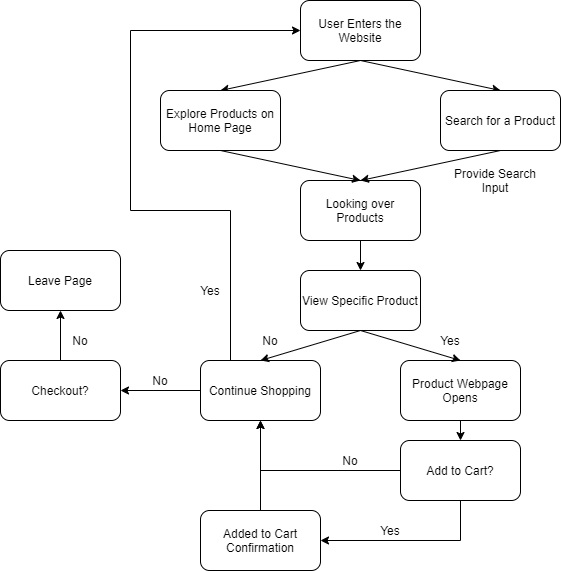
This is explore/diagramming/diagram.drawio.png from Harrison-Q-Ma/fa21-cse110-lab4, a draw.io export, as it was before one commit. Source tidied: cells renumbered, new cells last; positions are measured from the earlier drawing's top-left corner, leaving out a move shared by most shapes.
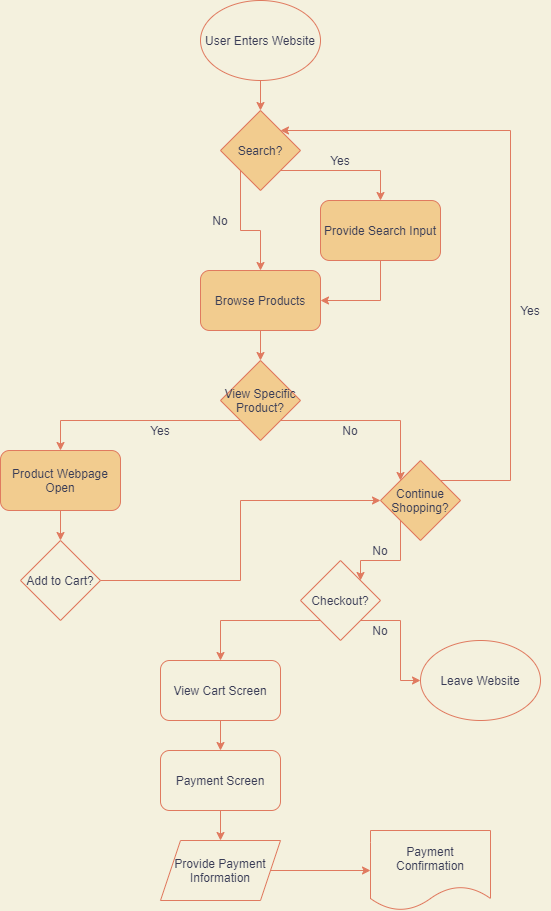
After the commit.

Commit message:
added diagram and changed answer of part2.md

Diff of the diagram source:
```diff
@@ -1,113 +1,124 @@
-<mxGraphModel>
+<mxGraphModel background="#F4F1DE">
   <root>
     <mxCell id="0" />
     <mxCell id="1" parent="0" />
-    <mxCell id="2" value="&lt;span&gt;User Enters the Website&lt;/span&gt;" style="rounded=1;whiteSpace=wrap;html=1;" parent="1" vertex="1">
-      <mxGeometry x="300" width="120" height="60" as="geometry" />
-    </mxCell>
-    <mxCell id="3" style="endArrow=classic;html=1;exitX=0.5;exitY=1;exitDx=0;exitDy=0;entryX=0.5;entryY=0;entryDx=0;entryDy=0;" parent="1" edge="1" source="2" target="4">
-      <mxGeometry relative="1" as="geometry" />
-    </mxCell>
-    <mxCell id="4" value="Explore Products on Home Page" style="rounded=1;whiteSpace=wrap;html=1;" parent="1" vertex="1">
-      <mxGeometry x="160" y="90" width="120" height="60" as="geometry" />
-    </mxCell>
-    <mxCell id="5" style="endArrow=classic;html=1;exitX=0.5;exitY=1;exitDx=0;exitDy=0;entryX=0.5;entryY=0;entryDx=0;entryDy=0;" parent="1" edge="1" source="2" target="6">
-      <mxGeometry relative="1" as="geometry" />
-    </mxCell>
-    <mxCell id="6" value="Search for a Product" style="rounded=1;whiteSpace=wrap;html=1;" parent="1" vertex="1">
-      <mxGeometry x="440" y="90" width="120" height="60" as="geometry" />
-    </mxCell>
-    <mxCell id="7" value="Looking over Products" style="rounded=1;whiteSpace=wrap;html=1;" parent="1" vertex="1">
-      <mxGeometry x="300" y="180" width="120" height="60" as="geometry" />
-    </mxCell>
-    <mxCell id="8" style="endArrow=classic;html=1;exitX=0.5;exitY=1;exitDx=0;exitDy=0;entryX=0.5;entryY=0;entryDx=0;entryDy=0;" parent="1" edge="1" source="4" target="7">
-      <mxGeometry relative="1" as="geometry" />
-    </mxCell>
-    <mxCell id="9" style="endArrow=classic;html=1;entryX=0.5;entryY=0;entryDx=0;entryDy=0;exitX=0.5;exitY=1;exitDx=0;exitDy=0;" parent="1" edge="1" source="6" target="7">
-      <mxGeometry relative="1" as="geometry" />
-    </mxCell>
+    <mxCell id="35" style="edgeStyle=orthogonalEdgeStyle;rounded=0;jettySize=auto;html=1;exitX=0.5;exitY=1;exitDx=0;exitDy=0;entryX=0.5;entryY=0;entryDx=0;entryDy=0;strokeColor=#E07A5F;fontColor=#393C56;labelBackgroundColor=#F4F1DE;" parent="1" edge="1" target="38">
+      <mxGeometry relative="1" as="geometry">
+        <mxPoint x="360" y="40" as="sourcePoint" />
+      </mxGeometry>
+    </mxCell>
+    <mxCell id="36" style="edgeStyle=orthogonalEdgeStyle;rounded=0;jettySize=auto;html=1;exitX=1;exitY=1;exitDx=0;exitDy=0;entryX=0.5;entryY=0;entryDx=0;entryDy=0;strokeColor=#E07A5F;fontColor=#393C56;labelBackgroundColor=#F4F1DE;" parent="1" edge="1" source="38" target="10">
+      <mxGeometry relative="1" as="geometry" />
+    </mxCell>
+    <mxCell id="37" style="edgeStyle=orthogonalEdgeStyle;rounded=0;jettySize=auto;html=1;exitX=0;exitY=1;exitDx=0;exitDy=0;entryX=0.5;entryY=0;entryDx=0;entryDy=0;strokeColor=#E07A5F;fontColor=#393C56;labelBackgroundColor=#F4F1DE;" parent="1" edge="1" source="38" target="41">
+      <mxGeometry relative="1" as="geometry" />
+    </mxCell>
+    <mxCell id="38" value="Search?" style="rhombus;whiteSpace=wrap;html=1;fillColor=#F2CC8F;strokeColor=#E07A5F;fontColor=#393C56;" parent="1" vertex="1">
+      <mxGeometry x="320" y="70" width="80" height="80" as="geometry" />
+    </mxCell>
+    <mxCell id="39" style="edgeStyle=orthogonalEdgeStyle;rounded=0;jettySize=auto;html=1;exitX=0.5;exitY=1;exitDx=0;exitDy=0;entryX=1;entryY=0.5;entryDx=0;entryDy=0;strokeColor=#E07A5F;fontColor=#393C56;labelBackgroundColor=#F4F1DE;" parent="1" edge="1" source="10" target="41">
+      <mxGeometry relative="1" as="geometry" />
+    </mxCell>
-    <mxCell id="10" value="Provide Search Input" style="text;html=1;strokeColor=none;fillColor=none;align=center;verticalAlign=middle;whiteSpace=wrap;rounded=0;" parent="1" vertex="1">
-      <mxGeometry x="440" y="160" width="110" height="40" as="geometry" />
+    <mxCell id="10" value="Provide Search Input" style="rounded=1;whiteSpace=wrap;html=1;fillColor=#F2CC8F;strokeColor=#E07A5F;fontColor=#393C56;" parent="1" vertex="1">
+      <mxGeometry x="420" y="160" width="120" height="60" as="geometry" />
     </mxCell>
-    <mxCell id="11" value="View Specific Product" style="rounded=1;whiteSpace=wrap;html=1;" parent="1" vertex="1">
-      <mxGeometry x="300" y="270" width="120" height="60" as="geometry" />
-    </mxCell>
-    <mxCell id="12" style="endArrow=classic;html=1;exitX=0.5;exitY=1;exitDx=0;exitDy=0;entryX=0.5;entryY=0;entryDx=0;entryDy=0;" parent="1" edge="1" source="7" target="11">
-      <mxGeometry relative="1" as="geometry" />
-    </mxCell>
-    <mxCell id="13" value="Product Webpage Opens" style="rounded=1;whiteSpace=wrap;html=1;" parent="1" vertex="1">
-      <mxGeometry x="400" y="360" width="120" height="60" as="geometry" />
-    </mxCell>
-    <mxCell id="14" style="endArrow=classic;html=1;exitX=0.5;exitY=1;exitDx=0;exitDy=0;entryX=0.5;entryY=0;entryDx=0;entryDy=0;" parent="1" edge="1" source="11" target="13">
-      <mxGeometry relative="1" as="geometry" />
-    </mxCell>
-    <mxCell id="15" style="edgeStyle=orthogonalEdgeStyle;rounded=0;jettySize=auto;html=1;exitX=0;exitY=0.5;exitDx=0;exitDy=0;entryX=1;entryY=0.5;entryDx=0;entryDy=0;" parent="1" edge="1" source="17" target="30">
-      <mxGeometry relative="1" as="geometry" />
-    </mxCell>
-    <mxCell id="16" style="edgeStyle=orthogonalEdgeStyle;rounded=0;jettySize=auto;html=1;exitX=0.25;exitY=0;exitDx=0;exitDy=0;entryX=0;entryY=0.5;entryDx=0;entryDy=0;" parent="1" edge="1" source="17" target="2">
-      <mxGeometry relative="1" as="geometry">
-        <Array as="points">
-          <mxPoint x="230" y="210" />
-          <mxPoint x="130" y="210" />
-          <mxPoint x="130" y="30" />
-        </Array>
-      </mxGeometry>
-    </mxCell>
-    <mxCell id="17" value="Continue Shopping" style="rounded=1;whiteSpace=wrap;html=1;" parent="1" vertex="1">
-      <mxGeometry x="200" y="360" width="120" height="60" as="geometry" />
-    </mxCell>
-    <mxCell id="18" style="endArrow=classic;html=1;exitX=0.5;exitY=1;exitDx=0;exitDy=0;entryX=0.5;entryY=0;entryDx=0;entryDy=0;" parent="1" edge="1" source="11" target="17">
-      <mxGeometry relative="1" as="geometry" />
-    </mxCell>
-    <mxCell id="19" value="Yes" style="text;html=1;strokeColor=none;fillColor=none;align=center;verticalAlign=middle;whiteSpace=wrap;rounded=0;" parent="1" vertex="1">
-      <mxGeometry x="430" y="330" width="40" height="20" as="geometry" />
-    </mxCell>
-    <mxCell id="20" value="No" style="text;html=1;strokeColor=none;fillColor=none;align=center;verticalAlign=middle;whiteSpace=wrap;rounded=0;" parent="1" vertex="1">
-      <mxGeometry x="250" y="330" width="40" height="20" as="geometry" />
-    </mxCell>
-    <mxCell id="21" style="edgeStyle=orthogonalEdgeStyle;rounded=0;jettySize=auto;html=1;exitX=0;exitY=0.5;exitDx=0;exitDy=0;entryX=0.5;entryY=1;entryDx=0;entryDy=0;" parent="1" edge="1" source="23" target="17">
-      <mxGeometry relative="1" as="geometry" />
-    </mxCell>
-    <mxCell id="22" style="edgeStyle=orthogonalEdgeStyle;rounded=0;jettySize=auto;html=1;exitX=0.5;exitY=1;exitDx=0;exitDy=0;entryX=1;entryY=0.5;entryDx=0;entryDy=0;" parent="1" edge="1" source="23" target="26">
-      <mxGeometry relative="1" as="geometry" />
-    </mxCell>
+    <mxCell id="40" style="edgeStyle=orthogonalEdgeStyle;rounded=0;jettySize=auto;html=1;exitX=0.5;exitY=1;exitDx=0;exitDy=0;entryX=0.5;entryY=0;entryDx=0;entryDy=0;strokeColor=#E07A5F;fontColor=#393C56;labelBackgroundColor=#F4F1DE;" parent="1" edge="1" source="41" target="44">
+      <mxGeometry relative="1" as="geometry" />
+    </mxCell>
+    <mxCell id="41" value="Browse Products" style="rounded=1;whiteSpace=wrap;html=1;fillColor=#F2CC8F;strokeColor=#E07A5F;fontColor=#393C56;" parent="1" vertex="1">
+      <mxGeometry x="300" y="230" width="120" height="60" as="geometry" />
+    </mxCell>
+    <mxCell id="42" style="edgeStyle=orthogonalEdgeStyle;rounded=0;jettySize=auto;html=1;exitX=0;exitY=1;exitDx=0;exitDy=0;entryX=0.5;entryY=0;entryDx=0;entryDy=0;strokeColor=#E07A5F;fontColor=#393C56;labelBackgroundColor=#F4F1DE;" parent="1" edge="1" source="44" target="46">
+      <mxGeometry relative="1" as="geometry" />
+    </mxCell>
+    <mxCell id="43" style="edgeStyle=orthogonalEdgeStyle;rounded=0;jettySize=auto;html=1;exitX=1;exitY=1;exitDx=0;exitDy=0;entryX=0;entryY=0;entryDx=0;entryDy=0;strokeColor=#E07A5F;fontColor=#393C56;labelBackgroundColor=#F4F1DE;" parent="1" edge="1" source="44" target="52">
+      <mxGeometry relative="1" as="geometry" />
+    </mxCell>
+    <mxCell id="44" value="View Specific Product?" style="rhombus;whiteSpace=wrap;html=1;fillColor=#F2CC8F;strokeColor=#E07A5F;fontColor=#393C56;" parent="1" vertex="1">
+      <mxGeometry x="320" y="320" width="80" height="80" as="geometry" />
+    </mxCell>
+    <mxCell id="45" style="edgeStyle=orthogonalEdgeStyle;rounded=0;jettySize=auto;html=1;exitX=0.5;exitY=1;exitDx=0;exitDy=0;entryX=0.5;entryY=0;entryDx=0;entryDy=0;strokeColor=#E07A5F;fontColor=#393C56;labelBackgroundColor=#F4F1DE;" parent="1" edge="1" source="46" target="23">
+      <mxGeometry relative="1" as="geometry" />
+    </mxCell>
+    <mxCell id="46" value="Product Webpage Open" style="rounded=1;whiteSpace=wrap;html=1;fillColor=#F2CC8F;strokeColor=#E07A5F;fontColor=#393C56;" parent="1" vertex="1">
+      <mxGeometry x="100" y="410" width="120" height="60" as="geometry" />
+    </mxCell>
+    <mxCell id="47" value="Yes" style="text;html=1;strokeColor=none;fillColor=none;align=center;verticalAlign=middle;whiteSpace=wrap;rounded=0;fontColor=#393C56;" parent="1" vertex="1">
+      <mxGeometry x="420" y="110" width="40" height="20" as="geometry" />
+    </mxCell>
+    <mxCell id="48" value="No" style="text;html=1;strokeColor=none;fillColor=none;align=center;verticalAlign=middle;whiteSpace=wrap;rounded=0;fontColor=#393C56;" parent="1" vertex="1">
+      <mxGeometry x="300" y="170" width="40" height="20" as="geometry" />
+    </mxCell>
+    <mxCell id="49" value="Yes" style="text;html=1;strokeColor=none;fillColor=none;align=center;verticalAlign=middle;whiteSpace=wrap;rounded=0;fontColor=#393C56;" parent="1" vertex="1">
+      <mxGeometry x="240" y="380" width="40" height="20" as="geometry" />
+    </mxCell>
+    <mxCell id="50" style="edgeStyle=orthogonalEdgeStyle;rounded=0;jettySize=auto;html=1;exitX=1;exitY=0;exitDx=0;exitDy=0;entryX=1;entryY=0;entryDx=0;entryDy=0;strokeColor=#E07A5F;fontColor=#393C56;labelBackgroundColor=#F4F1DE;" parent="1" edge="1" source="52" target="38">
+      <mxGeometry relative="1" as="geometry">
+        <Array as="points">
+          <mxPoint x="610" y="440" />
+          <mxPoint x="610" y="90" />
+        </Array>
+      </mxGeometry>
+    </mxCell>
+    <mxCell id="51" style="edgeStyle=orthogonalEdgeStyle;rounded=0;jettySize=auto;html=1;exitX=0;exitY=1;exitDx=0;exitDy=0;entryX=1;entryY=0;entryDx=0;entryDy=0;strokeColor=#E07A5F;fontColor=#393C56;labelBackgroundColor=#F4F1DE;" parent="1" edge="1" source="52" target="30">
+      <mxGeometry relative="1" as="geometry" />
+    </mxCell>
+    <mxCell id="52" value="Continue Shopping?" style="rhombus;whiteSpace=wrap;html=1;fillColor=#F2CC8F;strokeColor=#E07A5F;fontColor=#393C56;" parent="1" vertex="1">
+      <mxGeometry x="480" y="420" width="80" height="80" as="geometry" />
+    </mxCell>
+    <mxCell id="53" value="No" style="text;html=1;strokeColor=none;fillColor=none;align=center;verticalAlign=middle;whiteSpace=wrap;rounded=0;fontColor=#393C56;" parent="1" vertex="1">
+      <mxGeometry x="430" y="380" width="40" height="20" as="geometry" />
+    </mxCell>
+    <mxCell id="54" value="Yes" style="text;html=1;strokeColor=none;fillColor=none;align=center;verticalAlign=middle;whiteSpace=wrap;rounded=0;fontColor=#393C56;" parent="1" vertex="1">
+      <mxGeometry x="610" y="260" width="40" height="20" as="geometry" />
+    </mxCell>
+    <mxCell id="55" style="edgeStyle=orthogonalEdgeStyle;rounded=0;jettySize=auto;html=1;exitX=1;exitY=1;exitDx=0;exitDy=0;entryX=0;entryY=0.5;entryDx=0;entryDy=0;strokeColor=#E07A5F;fontColor=#393C56;labelBackgroundColor=#F4F1DE;" parent="1" edge="1" source="30" target="58">
+      <mxGeometry relative="1" as="geometry" />
+    </mxCell>
+    <mxCell id="56" style="edgeStyle=orthogonalEdgeStyle;rounded=0;jettySize=auto;html=1;exitX=0;exitY=1;exitDx=0;exitDy=0;entryX=0.5;entryY=0;entryDx=0;entryDy=0;strokeColor=#E07A5F;fontColor=#393C56;labelBackgroundColor=#F4F1DE;" parent="1" edge="1" source="30" target="62">
+      <mxGeometry relative="1" as="geometry" />
+    </mxCell>
+    <mxCell id="30" value="Checkout?" style="rhombus;whiteSpace=wrap;html=1;fillColor=none;strokeColor=#E07A5F;fontColor=#393C56;" parent="1" vertex="1">
+      <mxGeometry x="400" y="520" width="80" height="80" as="geometry" />
+    </mxCell>
+    <mxCell id="57" value="No" style="text;html=1;strokeColor=none;fillColor=none;align=center;verticalAlign=middle;whiteSpace=wrap;rounded=0;fontColor=#393C56;" parent="1" vertex="1">
+      <mxGeometry x="460" y="500" width="40" height="20" as="geometry" />
+    </mxCell>
+    <mxCell id="58" value="Leave Website" style="ellipse;whiteSpace=wrap;html=1;fillColor=none;strokeColor=#E07A5F;fontColor=#393C56;" parent="1" vertex="1">
+      <mxGeometry x="520" y="600" width="120" height="80" as="geometry" />
+    </mxCell>
+    <mxCell id="59" value="User Enters Website" style="ellipse;whiteSpace=wrap;html=1;fillColor=none;strokeColor=#E07A5F;fontColor=#393C56;" parent="1" vertex="1">
+      <mxGeometry x="300" y="-40" width="120" height="80" as="geometry" />
+    </mxCell>
+    <mxCell id="60" value="No" style="text;html=1;strokeColor=none;fillColor=none;align=center;verticalAlign=middle;whiteSpace=wrap;rounded=0;fontColor=#393C56;" parent="1" vertex="1">
+      <mxGeometry x="460" y="580" width="40" height="20" as="geometry" />
+    </mxCell>
+    <mxCell id="61" style="edgeStyle=orthogonalEdgeStyle;rounded=0;jettySize=auto;html=1;exitX=0.5;exitY=1;exitDx=0;exitDy=0;entryX=0.5;entryY=0;entryDx=0;entryDy=0;strokeColor=#E07A5F;fontColor=#393C56;labelBackgroundColor=#F4F1DE;" parent="1" edge="1" source="62" target="64">
+      <mxGeometry relative="1" as="geometry" />
+    </mxCell>
+    <mxCell id="62" value="View Cart Screen" style="rounded=1;whiteSpace=wrap;html=1;fillColor=none;strokeColor=#E07A5F;fontColor=#393C56;" parent="1" vertex="1">
+      <mxGeometry x="260" y="620" width="120" height="60" as="geometry" />
+    </mxCell>
+    <mxCell id="63" style="edgeStyle=orthogonalEdgeStyle;rounded=0;jettySize=auto;html=1;exitX=0.5;exitY=1;exitDx=0;exitDy=0;entryX=0.5;entryY=0;entryDx=0;entryDy=0;strokeColor=#E07A5F;fontColor=#393C56;labelBackgroundColor=#F4F1DE;" parent="1" edge="1" source="64" target="67">
+      <mxGeometry relative="1" as="geometry" />
+    </mxCell>
+    <mxCell id="64" value="Payment Screen" style="rounded=1;whiteSpace=wrap;html=1;fillColor=none;strokeColor=#E07A5F;fontColor=#393C56;" parent="1" vertex="1">
+      <mxGeometry x="260" y="710" width="120" height="60" as="geometry" />
+    </mxCell>
+    <mxCell id="65" style="edgeStyle=orthogonalEdgeStyle;rounded=0;jettySize=auto;html=1;exitX=1;exitY=0.5;exitDx=0;exitDy=0;entryX=0;entryY=0.5;entryDx=0;entryDy=0;strokeColor=#E07A5F;fontColor=#393C56;labelBackgroundColor=#F4F1DE;" parent="1" edge="1" source="23" target="52">
+      <mxGeometry relative="1" as="geometry" />
+    </mxCell>
-    <mxCell id="23" value="Add to Cart?" style="rounded=1;whiteSpace=wrap;html=1;" parent="1" vertex="1">
-      <mxGeometry x="400" y="440" width="120" height="60" as="geometry" />
+    <mxCell id="23" value="Add to Cart?" style="rhombus;whiteSpace=wrap;html=1;fillColor=none;strokeColor=#E07A5F;fontColor=#393C56;" parent="1" vertex="1">
+      <mxGeometry x="120" y="500" width="80" height="80" as="geometry" />
     </mxCell>
-    <mxCell id="24" style="endArrow=classic;html=1;exitX=0.5;exitY=1;exitDx=0;exitDy=0;entryX=0.5;entryY=0;entryDx=0;entryDy=0;" parent="1" edge="1" source="13" target="23">
-      <mxGeometry relative="1" as="geometry" />
-    </mxCell>
-    <mxCell id="25" style="edgeStyle=orthogonalEdgeStyle;rounded=0;jettySize=auto;html=1;exitX=0.5;exitY=0;exitDx=0;exitDy=0;" parent="1" edge="1" source="26">
-      <mxGeometry relative="1" as="geometry">
-        <mxPoint x="260" y="420" as="targetPoint" />
-      </mxGeometry>
-    </mxCell>
-    <mxCell id="26" value="Added to Cart Confirmation" style="rounded=1;whiteSpace=wrap;html=1;" parent="1" vertex="1">
-      <mxGeometry x="200" y="510" width="120" height="60" as="geometry" />
-    </mxCell>
-    <mxCell id="27" value="Yes" style="text;html=1;strokeColor=none;fillColor=none;align=center;verticalAlign=middle;whiteSpace=wrap;rounded=0;" parent="1" vertex="1">
-      <mxGeometry x="370" y="520" width="40" height="20" as="geometry" />
-    </mxCell>
-    <mxCell id="28" value="No" style="text;html=1;strokeColor=none;fillColor=none;align=center;verticalAlign=middle;whiteSpace=wrap;rounded=0;" parent="1" vertex="1">
-      <mxGeometry x="330" y="450" width="40" height="20" as="geometry" />
-    </mxCell>
-    <mxCell id="29" style="edgeStyle=orthogonalEdgeStyle;rounded=0;jettySize=auto;html=1;exitX=0.5;exitY=0;exitDx=0;exitDy=0;entryX=0.5;entryY=1;entryDx=0;entryDy=0;" parent="1" edge="1" source="30" target="33">
-      <mxGeometry relative="1" as="geometry" />
-    </mxCell>
-    <mxCell id="30" value="Checkout?" style="rounded=1;whiteSpace=wrap;html=1;" parent="1" vertex="1">
-      <mxGeometry y="360" width="120" height="60" as="geometry" />
-    </mxCell>
-    <mxCell id="31" value="No" style="text;html=1;strokeColor=none;fillColor=none;align=center;verticalAlign=middle;whiteSpace=wrap;rounded=0;" parent="1" vertex="1">
-      <mxGeometry x="140" y="370" width="40" height="20" as="geometry" />
-    </mxCell>
-    <mxCell id="32" value="Yes" style="text;html=1;strokeColor=none;fillColor=none;align=center;verticalAlign=middle;whiteSpace=wrap;rounded=0;" parent="1" vertex="1">
-      <mxGeometry x="190" y="280" width="40" height="20" as="geometry" />
-    </mxCell>
-    <mxCell id="33" value="Leave Page" style="rounded=1;whiteSpace=wrap;html=1;" parent="1" vertex="1">
-      <mxGeometry y="250" width="120" height="60" as="geometry" />
-    </mxCell>
-    <mxCell id="34" value="No" style="text;html=1;strokeColor=none;fillColor=none;align=center;verticalAlign=middle;whiteSpace=wrap;rounded=0;" parent="1" vertex="1">
-      <mxGeometry x="60" y="330" width="40" height="20" as="geometry" />
-    </mxCell>
+    <mxCell id="66" style="edgeStyle=orthogonalEdgeStyle;rounded=0;jettySize=auto;html=1;exitX=1;exitY=0.5;exitDx=0;exitDy=0;entryX=0;entryY=0.5;entryDx=0;entryDy=0;strokeColor=#E07A5F;fontColor=#393C56;labelBackgroundColor=#F4F1DE;" parent="1" edge="1" source="67" target="68">
+      <mxGeometry relative="1" as="geometry" />
+    </mxCell>
+    <mxCell id="67" value="Provide Payment Information" style="shape=parallelogram;perimeter=parallelogramPerimeter;whiteSpace=wrap;html=1;fixedSize=1;fillColor=none;strokeColor=#E07A5F;fontColor=#393C56;" parent="1" vertex="1">
+      <mxGeometry x="260" y="800" width="120" height="60" as="geometry" />
+    </mxCell>
+    <mxCell id="68" value="Payment Confirmation" style="shape=document;whiteSpace=wrap;html=1;boundedLbl=1;fillColor=none;strokeColor=#E07A5F;fontColor=#393C56;" parent="1" vertex="1">
+      <mxGeometry x="470" y="790" width="120" height="80" as="geometry" />
+    </mxCell>
   </root>
 </mxGraphModel>
```
